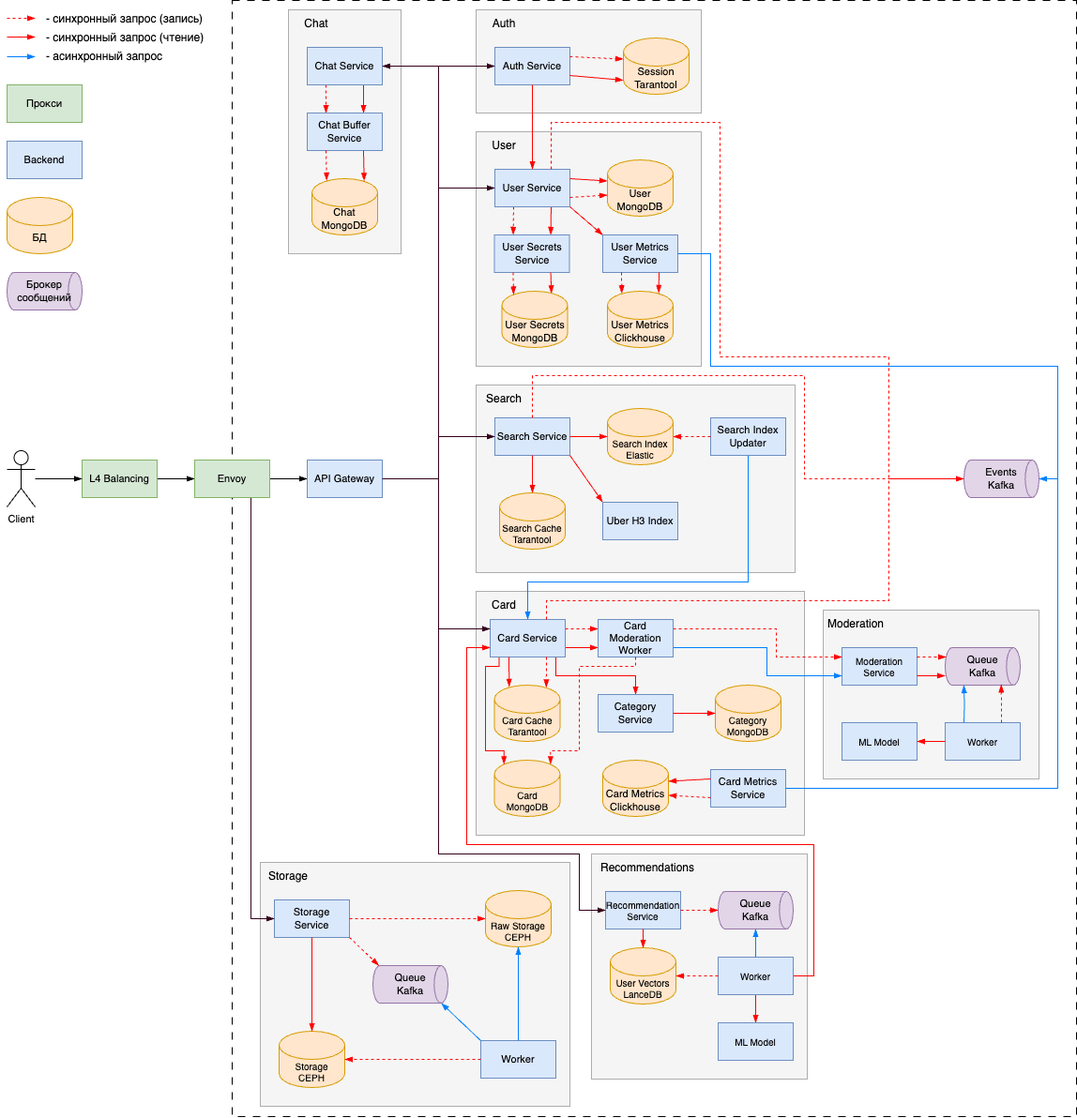
daronenko/highload-avito keeps this draw.io diagram as img/service-structure/scheme.png. Above is the earlier version. Source tidied: cells renumbered, new cells last; positions are measured from the earlier drawing's top-left corner, leaving out a move shared by most shapes.
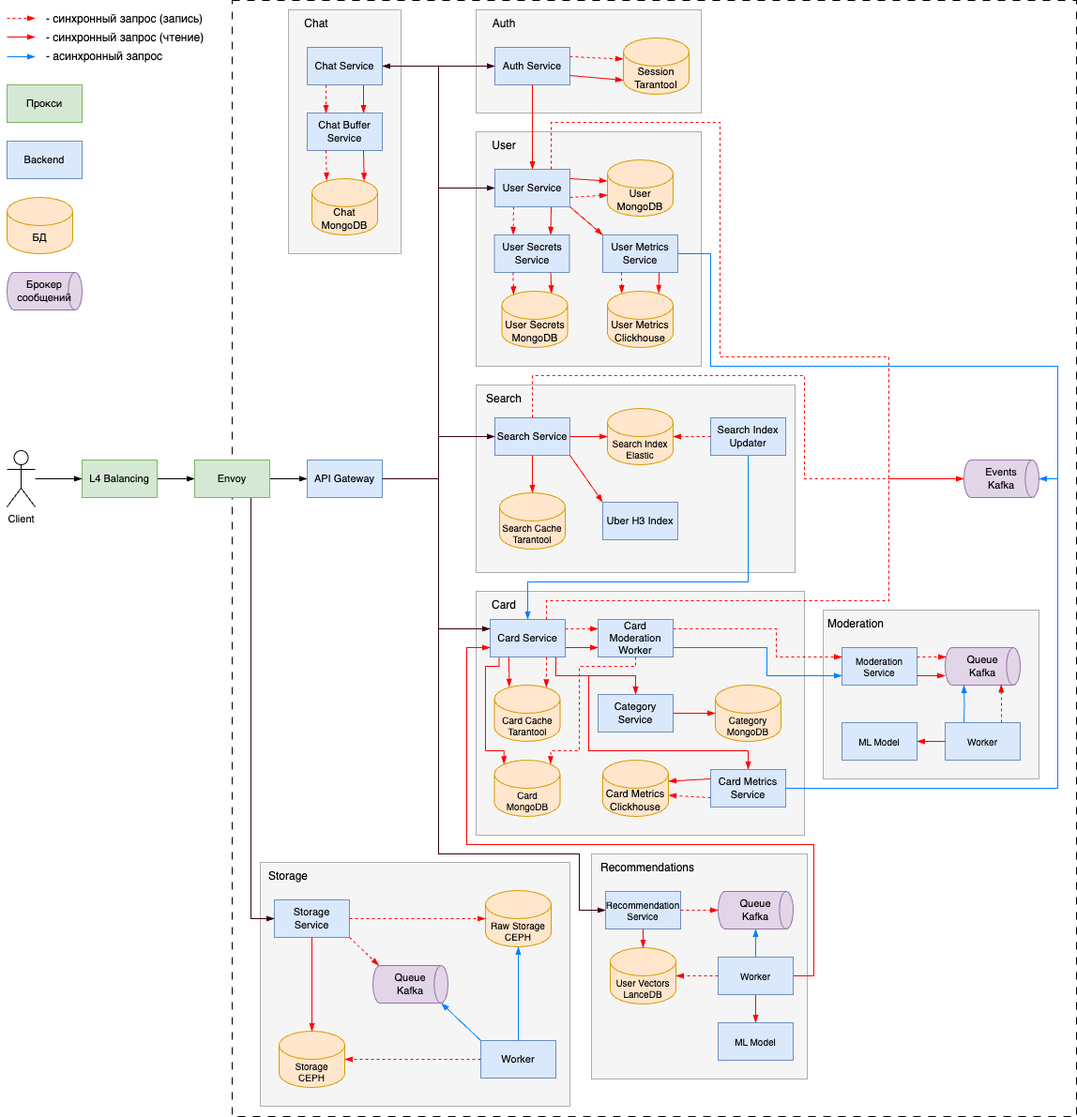
Later version of the same file.

What changed in the source:
```diff
@@ -186,6 +186,17 @@
     <mxCell id="56" style="edgeStyle=orthogonalEdgeStyle;rounded=0;jettySize=auto;html=1;exitX=1;exitY=0.25;exitDx=0;exitDy=0;entryX=0;entryY=0.25;entryDx=0;entryDy=0;endArrow=blockThin;endFill=1;strokeColor=#FF0000;dashed=1;" parent="1" edge="1" source="57" target="74">
       <mxGeometry relative="1" as="geometry" />
     </mxCell>
+    <mxCell id="137" style="edgeStyle=orthogonalEdgeStyle;rounded=0;jettySize=auto;html=1;entryX=0.5;entryY=0;entryDx=0;entryDy=0;strokeColor=#FF0000;endArrow=blockThin;endFill=1;" parent="1" edge="1" target="75">
+      <mxGeometry relative="1" as="geometry">
+        <mxPoint x="585" y="720" as="sourcePoint" />
+        <Array as="points">
+          <mxPoint x="585" y="720" />
+          <mxPoint x="620" y="720" />
+          <mxPoint x="620" y="800" />
+          <mxPoint x="790" y="800" />
+        </Array>
+      </mxGeometry>
+    </mxCell>
     <mxCell id="57" value="Card Service" style="rounded=0;whiteSpace=wrap;html=1;fillColor=#dae8fc;strokeColor=#6c8ebf;fontSize=11;" parent="1" vertex="1">
       <mxGeometry x="515" y="660" width="80" height="40" as="geometry" />
     </mxCell>
```
